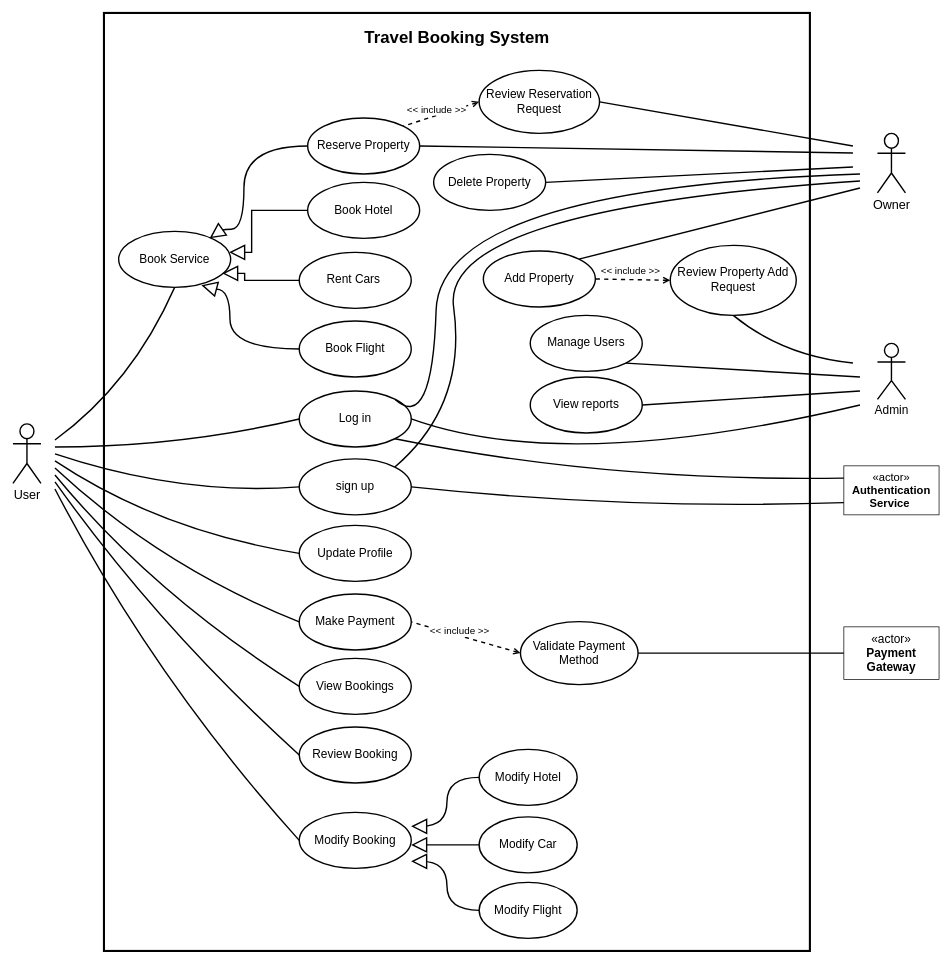
This is Diagrams/Use Case Diagram/Use Case Diagram V6/Use Case Diagram V6.drawio from OMZaky/Tripzy, a draw.io file, before an edit. Source tidied: cells renumbered, new cells numbered last; positions are measured from the earlier drawing's top-left corner, leaving out a move shared by most shapes. Both pictures are drawn from the tidied source at 70%, with x=0, y=0 at pixel (13, 13).
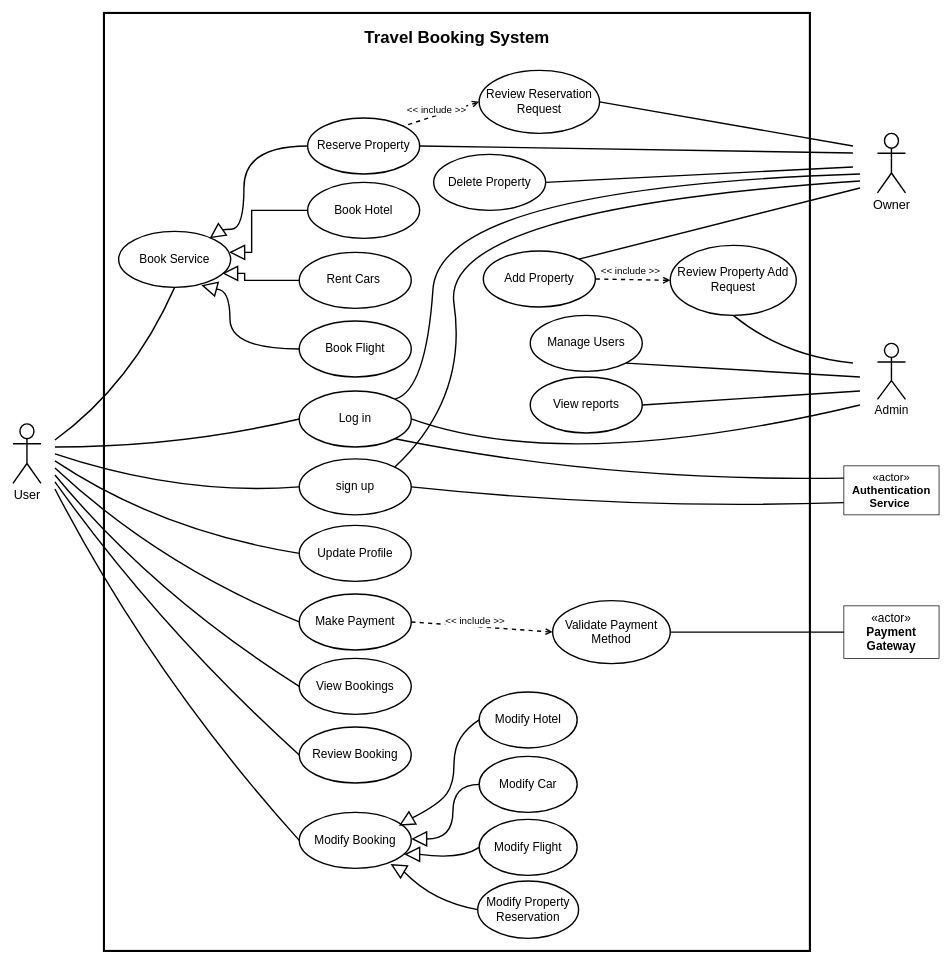
After the change.

Unchanged cells that the change refers to:
```xml
<mxCell id="8" value="sign up" style="ellipse;whiteSpace=wrap;html=1;strokeWidth=2;fontSize=17;" parent="1" vertex="1">
  <mxGeometry x="409" y="637" width="160" height="80" as="geometry" />
</mxCell>
<mxCell id="9" value="Log in" style="ellipse;whiteSpace=wrap;html=1;strokeWidth=2;fontSize=17;" parent="1" vertex="1">
  <mxGeometry x="409" y="540" width="160" height="80" as="geometry" />
</mxCell>
<mxCell id="42" style="group;rotation=-90;" parent="1" vertex="1">
  <mxGeometry x="581" y="1192" width="20" height="40" as="geometry" />
</mxCell>
```

The edit, as a diff of the source:
```diff
@@
     <mxCell id="4" value="«actor»&lt;br&gt;&lt;b&gt;Payment Gateway&lt;/b&gt;" style="html=1;whiteSpace=wrap;fontSize=17;" parent="1" vertex="1">
-      <mxGeometry x="1187" y="877" width="136" height="75" as="geometry" />
+      <mxGeometry x="1187" y="847" width="136" height="75" as="geometry" />
     </mxCell>
@@
     <mxCell id="17" value="Validate Payment Method" style="ellipse;whiteSpace=wrap;html=1;strokeWidth=2;fontSize=17;" parent="1" vertex="1">
-      <mxGeometry x="725" y="869.5" width="168" height="90" as="geometry" />
+      <mxGeometry x="771" y="839.5" width="168" height="90" as="geometry" />
     </mxCell>
@@
     <mxCell id="29" value="Modify Car" style="ellipse;whiteSpace=wrap;html=1;strokeWidth=2;fontSize=17;" parent="1" vertex="1">
-      <mxGeometry x="666" y="1148.5" width="140" height="80" as="geometry" />
+      <mxGeometry x="666" y="1062" width="140" height="80" as="geometry" />
     </mxCell>
-    <mxCell id="30" value="Modify Flight" style="ellipse;whiteSpace=wrap;html=1;strokeWidth=2;fontSize=17;" parent="1" vertex="1">
-      <mxGeometry x="666" y="1242" width="140" height="80" as="geometry" />
+    <mxCell id="30" value="Modify Property Reservation" style="ellipse;whiteSpace=wrap;html=1;strokeWidth=2;fontSize=17;" parent="1" vertex="1">
+      <mxGeometry x="664" y="1240" width="144" height="82" as="geometry" />
     </mxCell>
     <mxCell id="31" value="Modify Hotel" style="ellipse;whiteSpace=wrap;html=1;strokeWidth=2;fontSize=17;" parent="1" vertex="1">
-      <mxGeometry x="666" y="1052" width="140" height="80" as="geometry" />
+      <mxGeometry x="666" y="970" width="140" height="80" as="geometry" />
     </mxCell>
@@
-    <mxCell id="43" style="endArrow=none;html=1;rounded=0;edgeStyle=orthogonalEdgeStyle;endFill=0;strokeWidth=2;startSize=6;sourcePerimeterSpacing=0;exitX=0;exitY=0.5;exitDx=0;exitDy=0;curved=1;" parent="42" edge="1" source="30">
-      <mxGeometry relative="1" as="geometry">
-        <mxPoint x="3" y="20" as="targetPoint" />
-        <Array as="points">
-          <mxPoint x="39" y="90" />
-          <mxPoint x="39" y="20" />
-        </Array>
-      </mxGeometry>
-    </mxCell>
-    <mxCell id="44" style="triangle;whiteSpace=wrap;html=1;direction=north;strokeWidth=2;rotation=-90;" parent="42" vertex="1">
-      <mxGeometry x="-10" y="10" width="20" height="20" as="geometry" />
-    </mxCell>
-    <mxCell id="45" style="group;rotation=-90;" parent="1" vertex="1">
-      <mxGeometry x="581" y="1142" width="20" height="40" as="geometry" />
+    <mxCell id="45" style="group;rotation=-120;" parent="1" vertex="1">
+      <mxGeometry x="561" y="1130" width="20" height="40" as="geometry" />
     </mxCell>
-    <mxCell id="46" style="endArrow=none;html=1;rounded=0;edgeStyle=orthogonalEdgeStyle;endFill=0;strokeWidth=2;startSize=6;sourcePerimeterSpacing=0;exitX=0;exitY=0.5;exitDx=0;exitDy=0;curved=1;" parent="45" edge="1" source="31">
-      <mxGeometry relative="1" as="geometry">
-        <mxPoint x="3" y="20" as="targetPoint" />
-        <Array as="points">
-          <mxPoint x="39" y="-50" />
-          <mxPoint x="39" y="20" />
-        </Array>
-      </mxGeometry>
-    </mxCell>
-    <mxCell id="47" style="triangle;whiteSpace=wrap;html=1;direction=north;strokeWidth=2;rotation=-90;" parent="45" vertex="1">
-      <mxGeometry x="-10" y="10" width="20" height="20" as="geometry" />
+    <mxCell id="47" style="triangle;whiteSpace=wrap;html=1;direction=north;strokeWidth=2;rotation=-120;" parent="45" vertex="1">
+      <mxGeometry x="-9" y="15" width="20" height="20" as="geometry" />
     </mxCell>
@@
-    <mxCell id="50" style="endArrow=none;html=1;rounded=0;edgeStyle=orthogonalEdgeStyle;endFill=0;strokeWidth=2;startSize=6;sourcePerimeterSpacing=0;exitX=0;exitY=0.5;exitDx=0;exitDy=0;entryX=0;entryY=0.5;entryDx=0;entryDy=0;" parent="1" edge="1" source="29" target="77">
+    <mxCell id="50" style="endArrow=none;html=1;rounded=0;edgeStyle=orthogonalEdgeStyle;endFill=0;strokeWidth=2;startSize=6;sourcePerimeterSpacing=0;exitX=0;exitY=0.5;exitDx=0;exitDy=0;entryX=0;entryY=0.5;entryDx=0;entryDy=0;curved=1;" parent="1" edge="1" source="29" target="77">
       <mxGeometry relative="1" as="geometry" />
     </mxCell>
@@
     <mxCell id="65" style="endArrow=none;html=1;rounded=0;exitX=1;exitY=0;exitDx=0;exitDy=0;strokeWidth=2;curved=1;" parent="1" edge="1" source="9">
       <mxGeometry relative="1" as="geometry">
         <mxPoint x="1210" y="230" as="targetPoint" />
         <Array as="points">
-          <mxPoint x="599" y="600" />
+          <mxPoint x="590" y="540" />
           <mxPoint x="610" y="250" />
         </Array>
       </mxGeometry>
     </mxCell>
     <mxCell id="66" style="endArrow=none;html=1;rounded=0;exitX=1;exitY=0;exitDx=0;exitDy=0;strokeWidth=2;curved=1;" parent="1" edge="1" source="8">
       <mxGeometry relative="1" as="geometry">
         <mxPoint x="1210" y="240" as="targetPoint" />
         <Array as="points">
-          <mxPoint x="649" y="560" />
+          <mxPoint x="650" y="550" />
           <mxPoint x="610" y="280" />
         </Array>
       </mxGeometry>
     </mxCell>
@@
     <mxCell id="77" style="triangle;whiteSpace=wrap;html=1;direction=north;strokeWidth=2;rotation=-90;" parent="1" vertex="1">
-      <mxGeometry x="571" y="1178.5" width="20" height="20" as="geometry" />
+      <mxGeometry x="571" y="1170" width="20" height="20" as="geometry" />
     </mxCell>
+    <mxCell id="78" value="Modify Flight" style="ellipse;whiteSpace=wrap;html=1;strokeWidth=2;fontSize=17;" parent="1" vertex="1">
+      <mxGeometry x="666" y="1152" width="140" height="80" as="geometry" />
+    </mxCell>
+    <mxCell id="44" style="triangle;whiteSpace=wrap;html=1;direction=north;strokeWidth=2;rotation=-60;" parent="1" vertex="1">
+      <mxGeometry x="540" y="1212" width="20" height="20" as="geometry" />
+    </mxCell>
+    <mxCell id="43" style="endArrow=none;html=1;rounded=0;endFill=0;strokeWidth=2;startSize=6;sourcePerimeterSpacing=0;exitX=0;exitY=0.5;exitDx=0;exitDy=0;entryX=0;entryY=0.5;entryDx=0;entryDy=0;curved=1;" parent="1" edge="1" source="30" target="44">
+      <mxGeometry relative="1" as="geometry">
+        <Array as="points">
+          <mxPoint x="600" y="1270" />
+        </Array>
+      </mxGeometry>
+    </mxCell>
+    <mxCell id="46" style="endArrow=none;html=1;rounded=0;endFill=0;strokeWidth=2;startSize=6;sourcePerimeterSpacing=0;exitX=0;exitY=0.5;exitDx=0;exitDy=0;entryX=0;entryY=0.5;entryDx=0;entryDy=0;curved=1;" parent="1" edge="1" source="31" target="47">
+      <mxGeometry relative="1" as="geometry">
+        <Array as="points">
+          <mxPoint x="650" y="1020" />
+          <mxPoint x="630" y="1050" />
+          <mxPoint x="630" y="1100" />
+          <mxPoint x="610" y="1130" />
+        </Array>
+      </mxGeometry>
+    </mxCell>
+    <mxCell id="79" style="endArrow=none;html=1;rounded=0;endFill=0;strokeWidth=2;startSize=6;sourcePerimeterSpacing=0;exitX=0;exitY=0.5;exitDx=0;exitDy=0;entryX=0;entryY=0.5;entryDx=0;entryDy=0;curved=1;" parent="1" edge="1" source="78" target="80">
+      <mxGeometry relative="1" as="geometry">
+        <Array as="points">
+          <mxPoint x="640" y="1210" />
+        </Array>
+      </mxGeometry>
+    </mxCell>
+    <mxCell id="80" style="triangle;whiteSpace=wrap;html=1;direction=north;strokeWidth=2;rotation=-90;" parent="1" vertex="1">
+      <mxGeometry x="561" y="1192" width="20" height="20" as="geometry" />
+    </mxCell>
```
